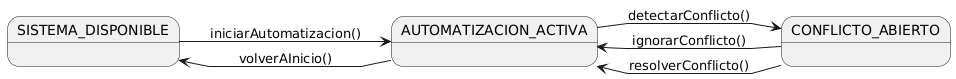
Before: documents/actoresYCasosDeUso/diagramas/diagramaContexto/diagramaContextoTiempo.png, a diagram exported from PlantUML (inigovaqueroo04/25-26-IdSw1-SdR).
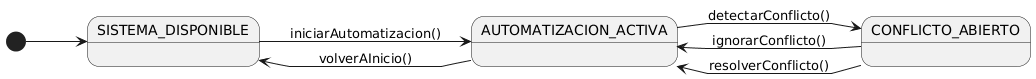
The same file after the commit.

Commit message:
Fix Diagrama Contexto Tiempo: Añadido punto de entrada

Diff of the diagram source:
```diff
@@ -6,6 +6,8 @@
 
 state "AUTOMATIZACION_ACTIVA" as Auto
 state "CONFLICTO_ABIERTO" as Conflict
+
+[*] --> Menu
 
 Menu --> Auto: iniciarAutomatizacion()
 
```
